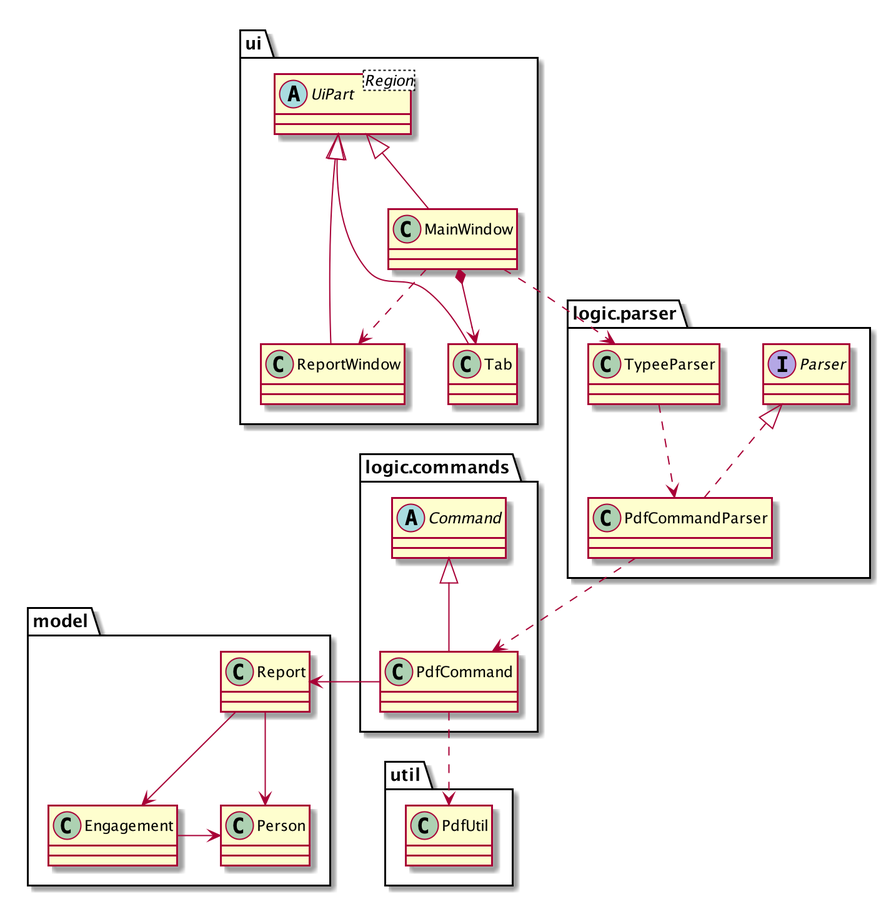
This is docs/images/PdfCommandClassDiagram.png from nus-cs2103-AY1920S1/addressbook-level3, a PlantUML export, as it was before one commit.
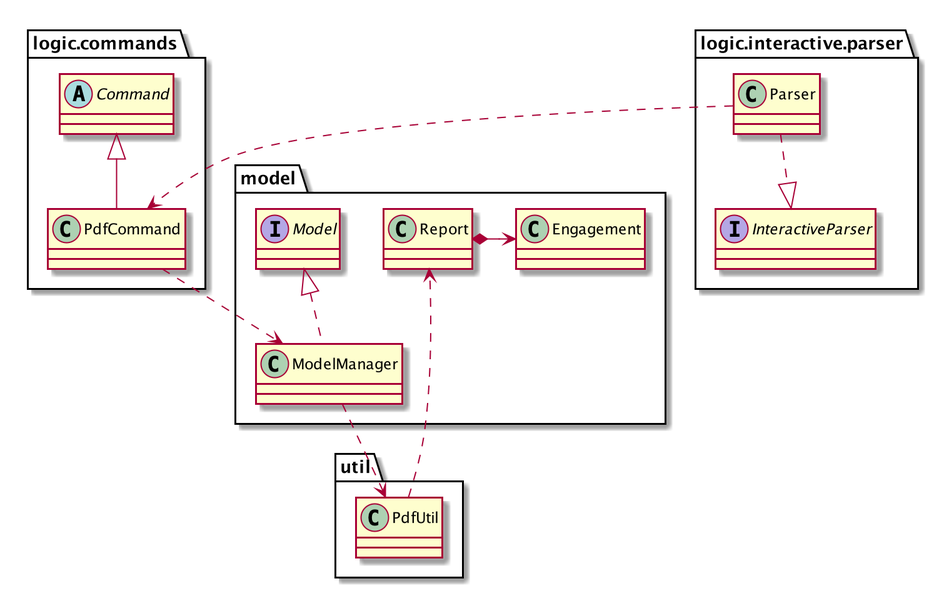
The same file after the commit.

What changed in the source:
```diff
@@ -1,42 +1,30 @@
 @startuml
-package ui {
-    class ReportWindow
-    class Tab
-    class MainWindow
-    abstract class UiPart<Region>
-}
-
 package logic.commands {
     abstract class Command
     class PdfCommand
 }
-package logic.parser {
-    interface Parser
-    class PdfCommandParser
-    class TypeeParser
+package logic.interactive.parser {
+    class Parser
+    interface InteractiveParser
 }
 
 package model {
     class Report
-    class Person
+    class ModelManager
+    interface Model
     class Engagement
 }
 package util {
     class PdfUtil
 }
-UiPart <|-- Tab
-UiPart <|-- MainWindow
-UiPart <|-- ReportWindow
-MainWindow *--> Tab
-MainWindow ..> ReportWindow
-MainWindow ..> TypeeParser
+
+Model <|.. ModelManager
 Command <|-- PdfCommand
-Report --> Engagement
-Report --> Person
-Engagement -> Person
-Parser <|.. PdfCommandParser
-PdfCommand ..> PdfUtil
-PdfCommand -> Report
-TypeeParser ..> PdfCommandParser
-PdfCommandParser ..> PdfCommand
+PdfCommand ..> ModelManager
+ModelManager ..> PdfUtil
+Report *-> Engagement
+PdfUtil ..> Report
+Parser ..|> InteractiveParser
+Parser ..> PdfCommand
+
 @enduml
```
